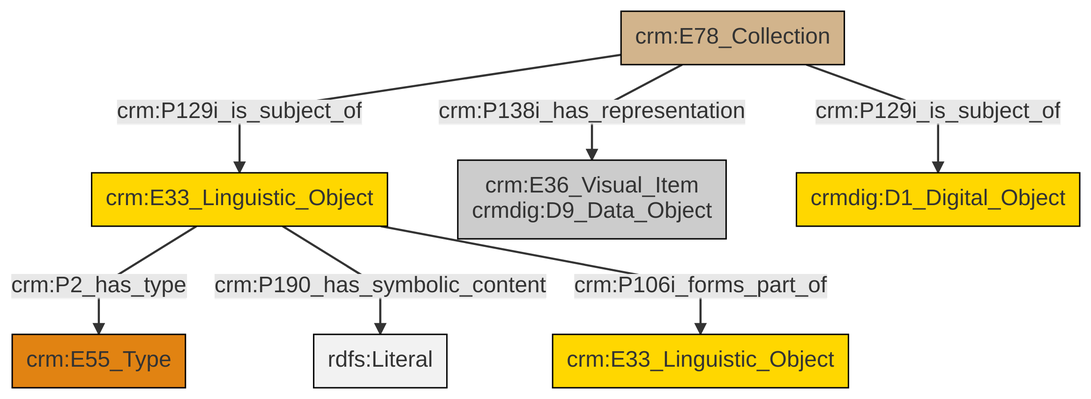
This is et/archivalCSV/ttl/mmd/png/archival_docs.png from swiss-art-research-net/docs.swissartresearch, a Mermaid export, as it was before one commit. Its source is kept beside it as et/archivalCSV/ttl/mmd/archival_docs.ttl.mmd.
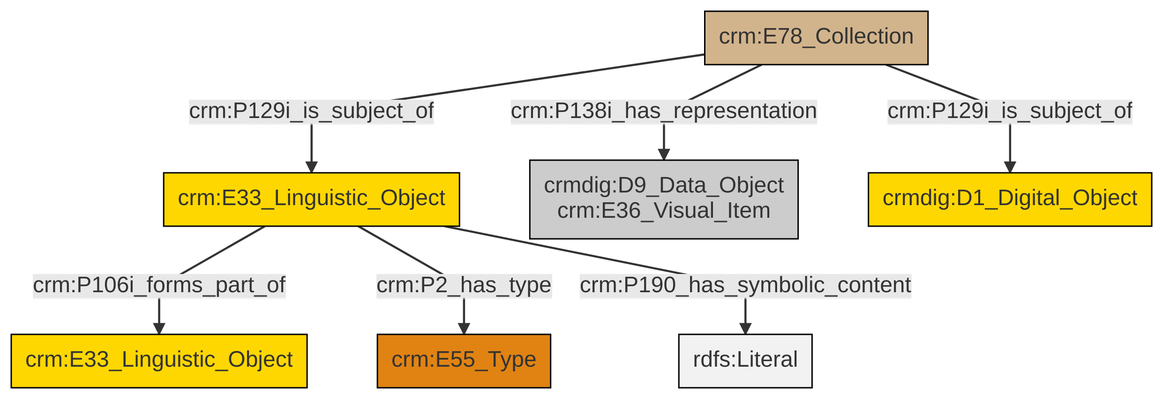
Above is the later version.

Change to the diagram source:
```diff
@@ -14,8 +14,8 @@
 classDef Multi fill:#cccccc,stroke:#000000;
 
 0["crm:E78_Collection"]:::Physical_Thing -->|crm:P129i_is_subject_of| 1["crm:E33_Linguistic_Object"]:::Conceptual_Object
-0["crm:E78_Collection"]:::Physical_Thing -->|crm:P129i_is_subject_of| 6["crmdig:D1_Digital_Object"]:::Conceptual_Object
-0["crm:E78_Collection"]:::Physical_Thing -->|crm:P138i_has_representation| 4["crm:E36_Visual_Item<br>crmdig:D9_Data_Object"]:::Multi
-1["crm:E33_Linguistic_Object"]:::Conceptual_Object -->|crm:P2_has_type| 2["crm:E55_Type"]:::Type
-1["crm:E33_Linguistic_Object"]:::Conceptual_Object -->|crm:P190_has_symbolic_content| 9[rdfs:Literal]:::Literal
-1["crm:E33_Linguistic_Object"]:::Conceptual_Object -->|crm:P106i_forms_part_of| 13["crm:E33_Linguistic_Object"]:::Conceptual_Object
+1["crm:E33_Linguistic_Object"]:::Conceptual_Object -->|crm:P106i_forms_part_of| 5["crm:E33_Linguistic_Object"]:::Conceptual_Object
+1["crm:E33_Linguistic_Object"]:::Conceptual_Object -->|crm:P2_has_type| 6["crm:E55_Type"]:::Type
+0["crm:E78_Collection"]:::Physical_Thing -->|crm:P129i_is_subject_of| 7["crmdig:D1_Digital_Object"]:::Conceptual_Object
+1["crm:E33_Linguistic_Object"]:::Conceptual_Object -->|crm:P190_has_symbolic_content| 11[rdfs:Literal]:::Literal
+0["crm:E78_Collection"]:::Physical_Thing -->|crm:P138i_has_representation| 3["crmdig:D9_Data_Object<br>crm:E36_Visual_Item"]:::Multi
```
